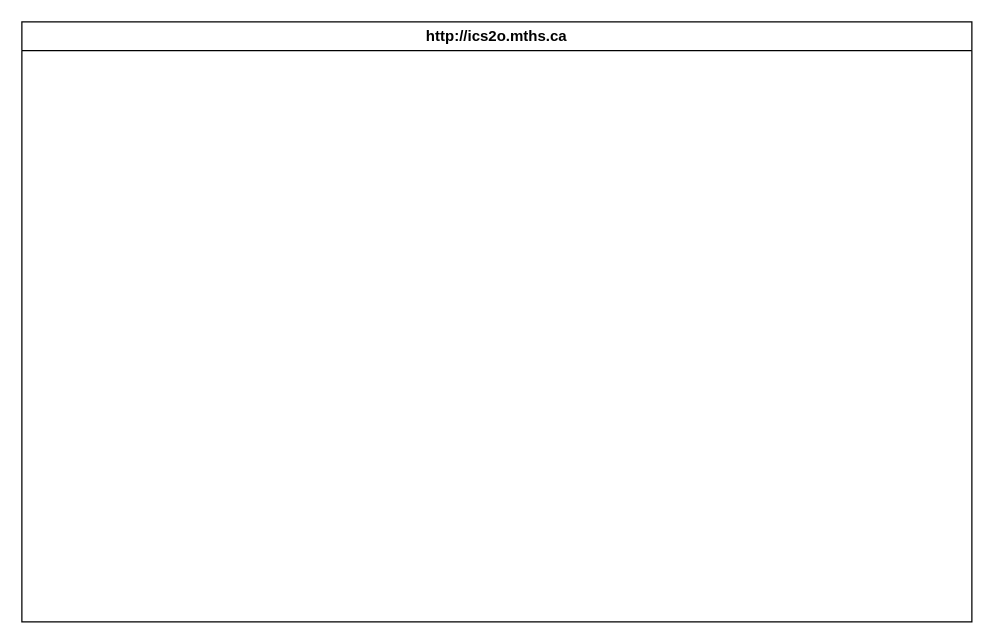
Earlier version of the draw.io diagram design/storyboard.drawio (MTHS-ICD2O-1-2023/ICD2O-Unit-5-03-tymofii-stepanov). Source tidied: cells renumbered, new cells numbered last; positions are measured from the earlier drawing's top-left corner, leaving out a move shared by most shapes. Both pictures are drawn from the tidied source at 125%, with x=0, y=0 at pixel (21, 21).
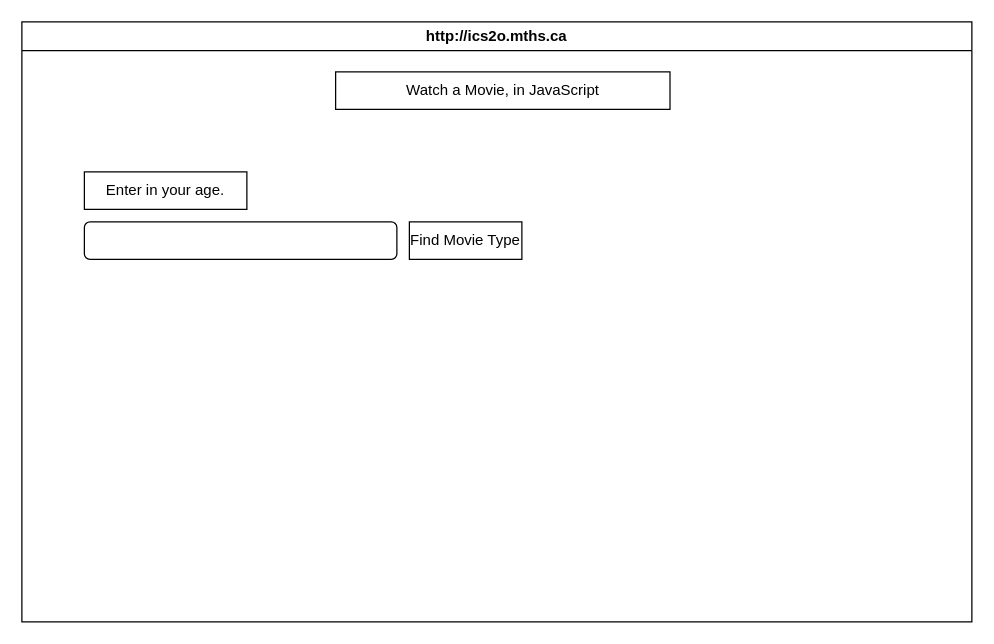
The same diagram, later.

Diff of the diagram source:
```diff
@@
 <mxGraphModel>
   <root>
     <mxCell id="0" />
     <mxCell id="1" parent="0" />
     <mxCell id="2" value="http://ics2o.mths.ca" style="swimlane;whiteSpace=wrap;html=1;" parent="1" vertex="1">
       <mxGeometry width="760" height="480" as="geometry" />
     </mxCell>
+    <mxCell id="3" value="Watch a Movie, in JavaScript" style="rounded=0;whiteSpace=wrap;html=1;" parent="2" vertex="1">
+      <mxGeometry x="251" y="40" width="267.5" height="30" as="geometry" />
+    </mxCell>
+    <mxCell id="4" value="Enter in your age." style="rounded=0;whiteSpace=wrap;html=1;" parent="2" vertex="1">
+      <mxGeometry x="50" y="120" width="130" height="30" as="geometry" />
+    </mxCell>
+    <mxCell id="5" style="rounded=1;whiteSpace=wrap;html=1;" parent="2" vertex="1">
+      <mxGeometry x="50" y="160" width="250" height="30" as="geometry" />
+    </mxCell>
+    <mxCell id="6" value="Find Movie Type" style="rounded=0;whiteSpace=wrap;html=1;" parent="2" vertex="1">
+      <mxGeometry x="310" y="160" width="90" height="30" as="geometry" />
+    </mxCell>
   </root>
 </mxGraphModel>
```
